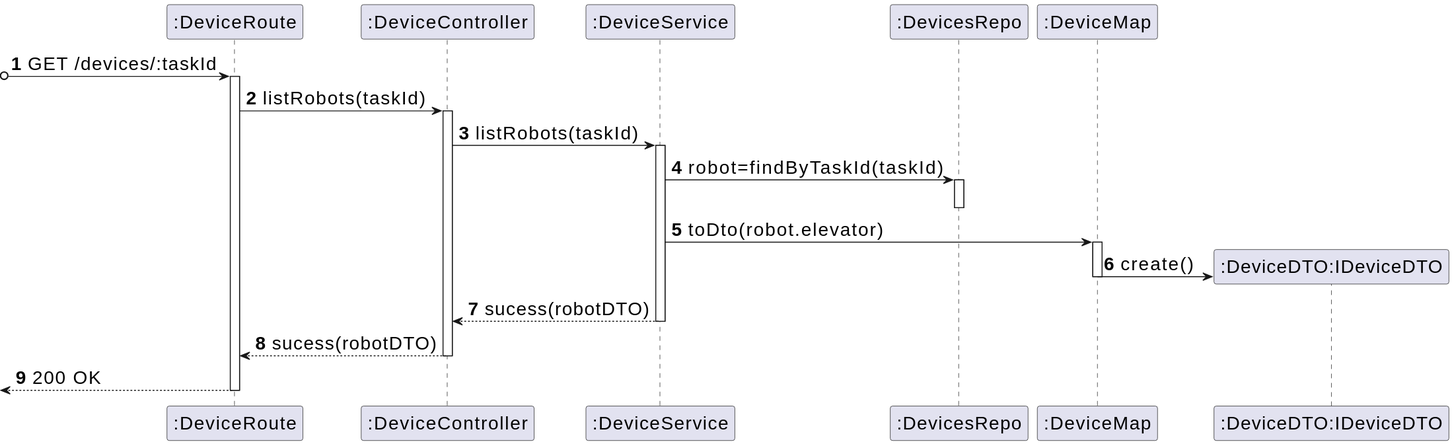
The PlantUML diagram _wiki/sprint-a/us22-390/views/level-3/assets/process-view.svg in miseEnPlace-dev/lapr5, before a commit.
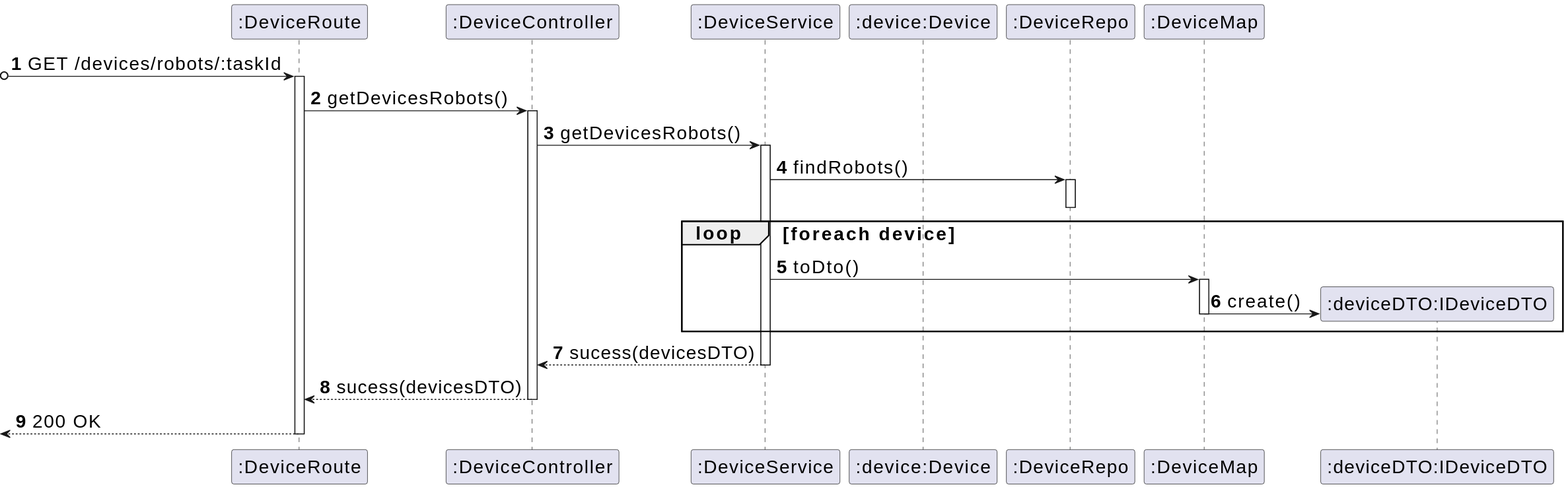
Above is the later version.

Diff of the diagram source:
```diff
@@ -4,27 +4,30 @@
 participant ROUTE as ":DeviceRoute"
 participant CTRL as ":DeviceController"
 participant SRV as ":DeviceService"
-participant DREPO as ":DevicesRepo"
+participant BUILD as ":device:Device"
+participant REPO as ":DeviceRepo"
 participant MAP as ":DeviceMap"
-participant DTO as ":DeviceDTO:IDeviceDTO"
+participant DTO as ":deviceDTO:IDeviceDTO"
 
-?o-> ROUTE : GET /devices/:taskId
+?o-> ROUTE : GET /devices/robots/:taskId
 activate ROUTE
 
-ROUTE -> CTRL : listRobots(taskId)
+ROUTE -> CTRL : getDevicesRobots()
 activate CTRL
-CTRL -> SRV : listRobots(taskId)
+CTRL -> SRV : getDevicesRobots()
 activate SRV
-SRV -> DREPO : robot=findByTaskId(taskId)
-activate DREPO
-deactivate DREPO
-SRV -> MAP : toDto(robot.elevator)
-activate MAP
-MAP -> DTO** : create()
-deactivate MAP
-SRV --> CTRL : sucess(robotDTO)
+SRV-> REPO : findRobots()
+activate REPO
+deactivate REPO
+  loop foreach device
+    SRV -> MAP : toDto()
+    activate MAP
+    MAP -> DTO** : create()
+    deactivate MAP
+  end
+SRV --> CTRL : sucess(devicesDTO)
 deactivate SRV
-CTRL --> ROUTE : sucess(robotDTO)
+CTRL --> ROUTE : sucess(devicesDTO)
 deactivate CTRL
 <-- ROUTE : 200 OK
 deactivate ROUTE
```
